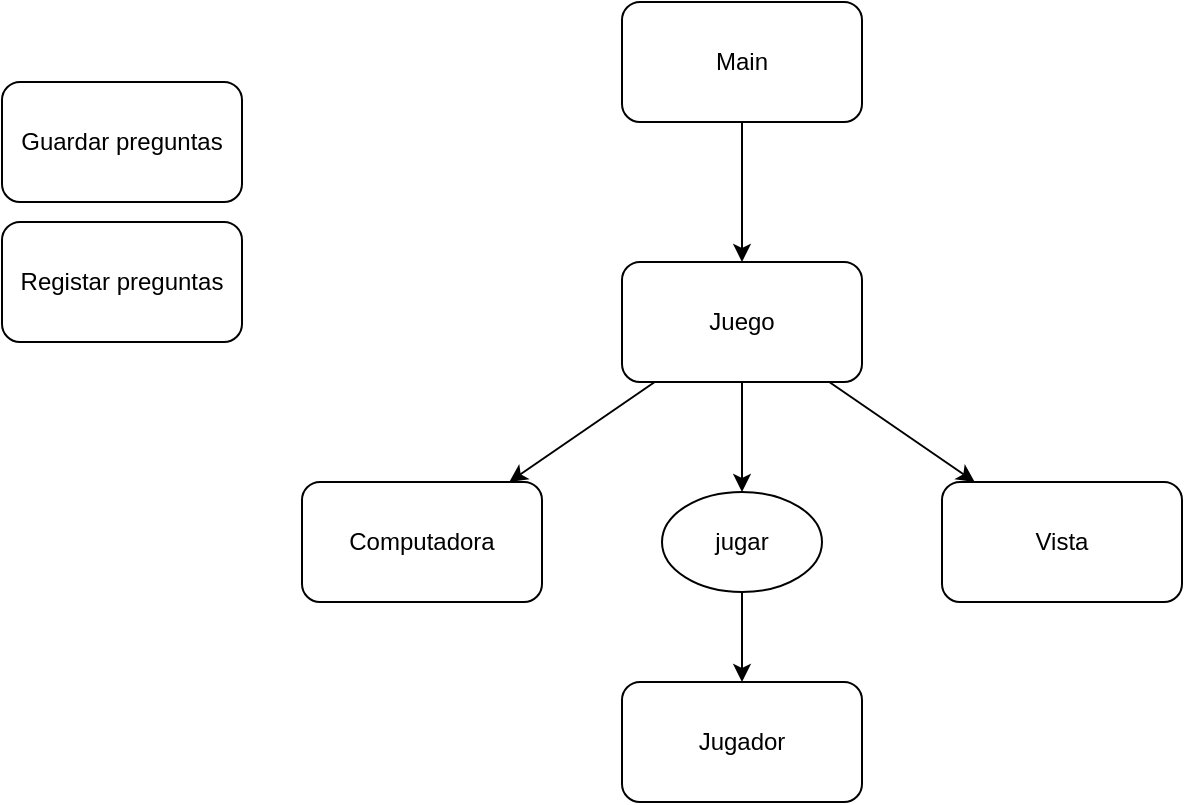
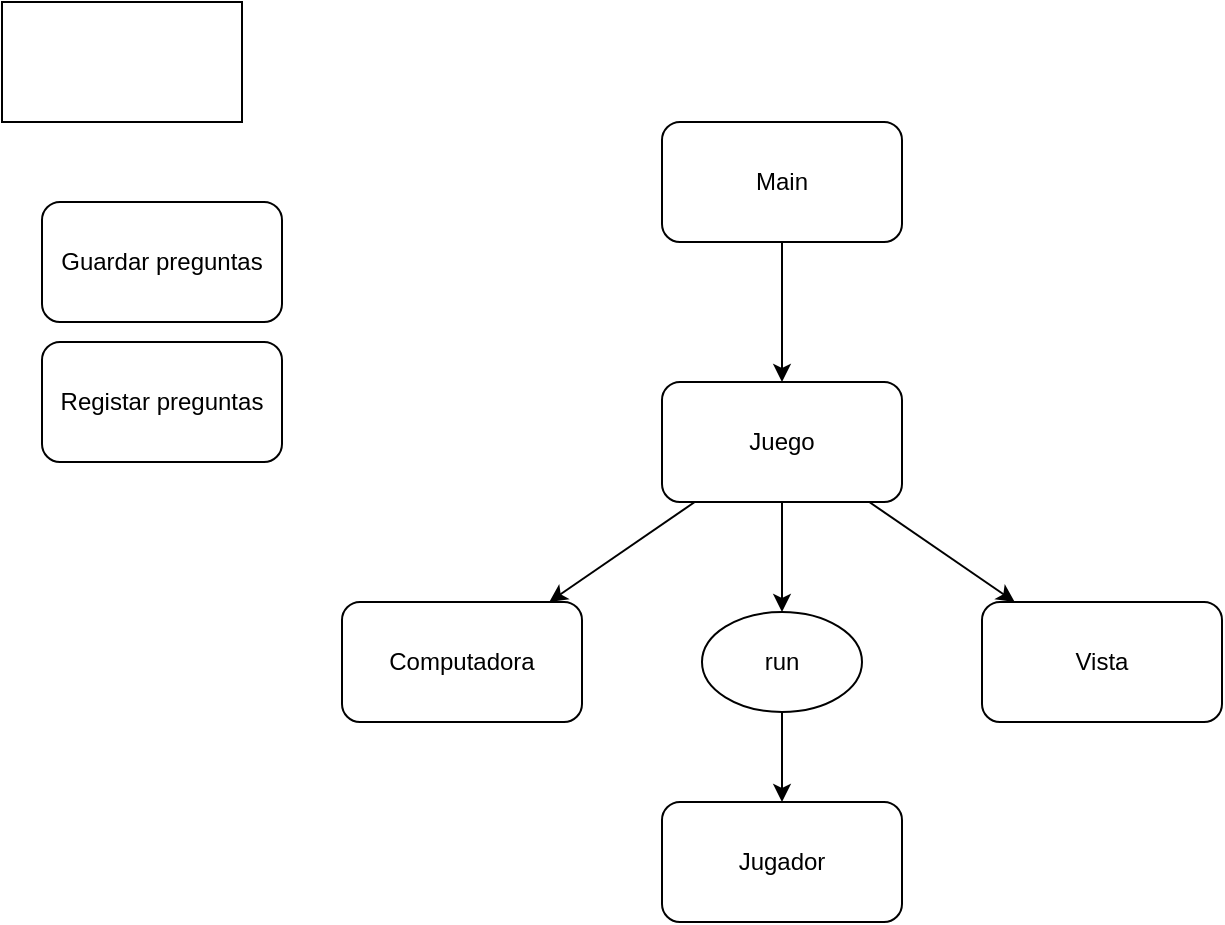
<mxfile host="65bd71144e">
    <diagram id="3JKCuSfHIsYLgqLqEyhU" name="Page-1">
-         <mxGraphModel dx="579" dy="673" grid="1" gridSize="10" guides="1" tooltips="1" connect="1" arrows="1" fold="1" page="1" pageScale="1" pageWidth="850" pageHeight="1100" math="0" shadow="0">
+         <mxGraphModel dx="715" dy="613" grid="1" gridSize="10" guides="1" tooltips="1" connect="1" arrows="1" fold="1" page="1" pageScale="1" pageWidth="850" pageHeight="1100" math="0" shadow="0">
            <root>
                <mxCell id="0"/>
                <mxCell id="1" parent="0"/>
                <mxCell id="3" value="Vista" style="rounded=1;whiteSpace=wrap;html=1;" parent="1" vertex="1">
                    <mxGeometry x="520" y="360" width="120" height="60" as="geometry"/>
                </mxCell>
                <mxCell id="8" value="" style="edgeStyle=none;html=1;" parent="1" source="4" target="5" edge="1">
                    <mxGeometry relative="1" as="geometry"/>
                </mxCell>
                <mxCell id="4" value="Main" style="rounded=1;whiteSpace=wrap;html=1;" parent="1" vertex="1">
                    <mxGeometry x="360" y="120" width="120" height="60" as="geometry"/>
                </mxCell>
                <mxCell id="9" value="" style="edgeStyle=none;html=1;" parent="1" source="5" target="3" edge="1">
                    <mxGeometry relative="1" as="geometry"/>
                </mxCell>
                <mxCell id="17" style="edgeStyle=none;html=1;" parent="1" source="5" target="11" edge="1">
                    <mxGeometry relative="1" as="geometry"/>
                </mxCell>
                <mxCell id="26" value="" style="edgeStyle=none;html=1;" parent="1" source="5" target="24" edge="1">
                    <mxGeometry relative="1" as="geometry"/>
                </mxCell>
                <mxCell id="5" value="Juego" style="rounded=1;whiteSpace=wrap;html=1;" parent="1" vertex="1">
                    <mxGeometry x="360" y="250" width="120" height="60" as="geometry"/>
                </mxCell>
                <mxCell id="10" value="Jugador" style="rounded=1;whiteSpace=wrap;html=1;" parent="1" vertex="1">
                    <mxGeometry x="360" y="460" width="120" height="60" as="geometry"/>
                </mxCell>
                <mxCell id="11" value="Computadora" style="rounded=1;whiteSpace=wrap;html=1;" parent="1" vertex="1">
                    <mxGeometry x="200" y="360" width="120" height="60" as="geometry"/>
                </mxCell>
                <mxCell id="27" value="" style="edgeStyle=none;html=1;" parent="1" source="24" target="10" edge="1">
                    <mxGeometry relative="1" as="geometry"/>
                </mxCell>
-                 <mxCell id="24" value="jugar" style="ellipse;whiteSpace=wrap;html=1;rounded=1;shadow=0;glass=0;sketch=0;strokeColor=default;gradientColor=none;" parent="1" vertex="1">
+                 <mxCell id="24" value="run" style="ellipse;whiteSpace=wrap;html=1;rounded=1;shadow=0;glass=0;sketch=0;strokeColor=default;gradientColor=none;" parent="1" vertex="1">
                    <mxGeometry x="380" y="365" width="80" height="50" as="geometry"/>
                </mxCell>
-                 <mxCell id="28" value="Registar preguntas" style="rounded=1;whiteSpace=wrap;html=1;" vertex="1" parent="1">
+                 <mxCell id="28" value="Registar preguntas" style="rounded=1;whiteSpace=wrap;html=1;" parent="1" vertex="1">
                    <mxGeometry x="50" y="230" width="120" height="60" as="geometry"/>
                </mxCell>
-                 <mxCell id="29" value="Guardar preguntas" style="rounded=1;whiteSpace=wrap;html=1;" vertex="1" parent="1">
+                 <mxCell id="29" value="Guardar preguntas" style="rounded=1;whiteSpace=wrap;html=1;" parent="1" vertex="1">
                    <mxGeometry x="50" y="160" width="120" height="60" as="geometry"/>
+                 </mxCell>
+                 <mxCell id="30" value="" style="whiteSpace=wrap;html=1;" vertex="1" parent="1">
+                     <mxGeometry x="30" y="60" width="120" height="60" as="geometry"/>
                </mxCell>
            </root>
        </mxGraphModel>
    </diagram>
</mxfile>